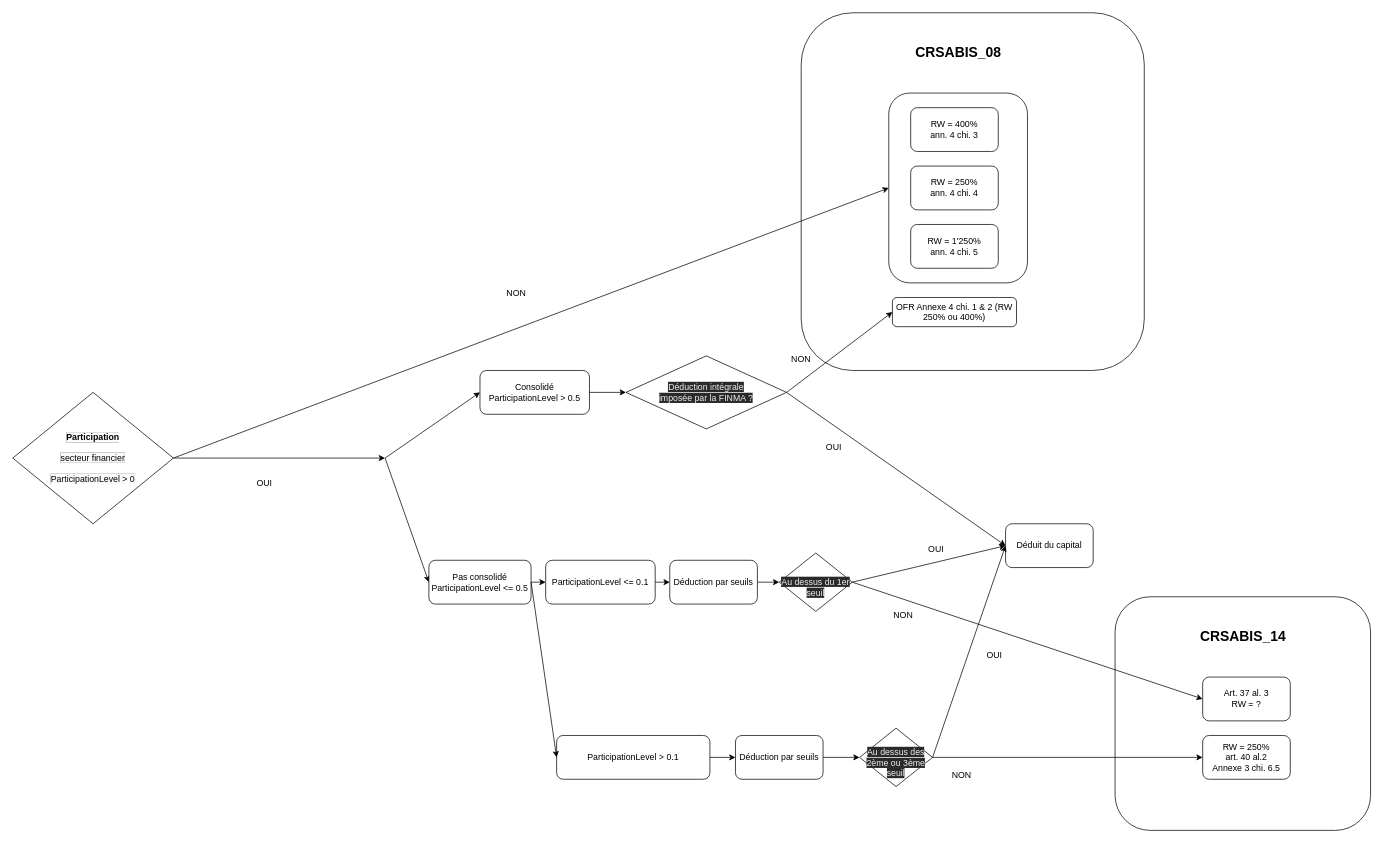
quadrum-solutions/quadrum-solutions.github.io keeps this draw.io diagram as mkdocs/FunctionalDoc/diagrams/Participations.drawio. Above is the earlier version. Source tidied: cells renumbered, new cells numbered last; positions are measured from the earlier drawing's top-left corner, leaving out a move shared by most shapes. Both pictures are drawn from the tidied source at 73%, with x=0, y=0 at pixel (12, 12).
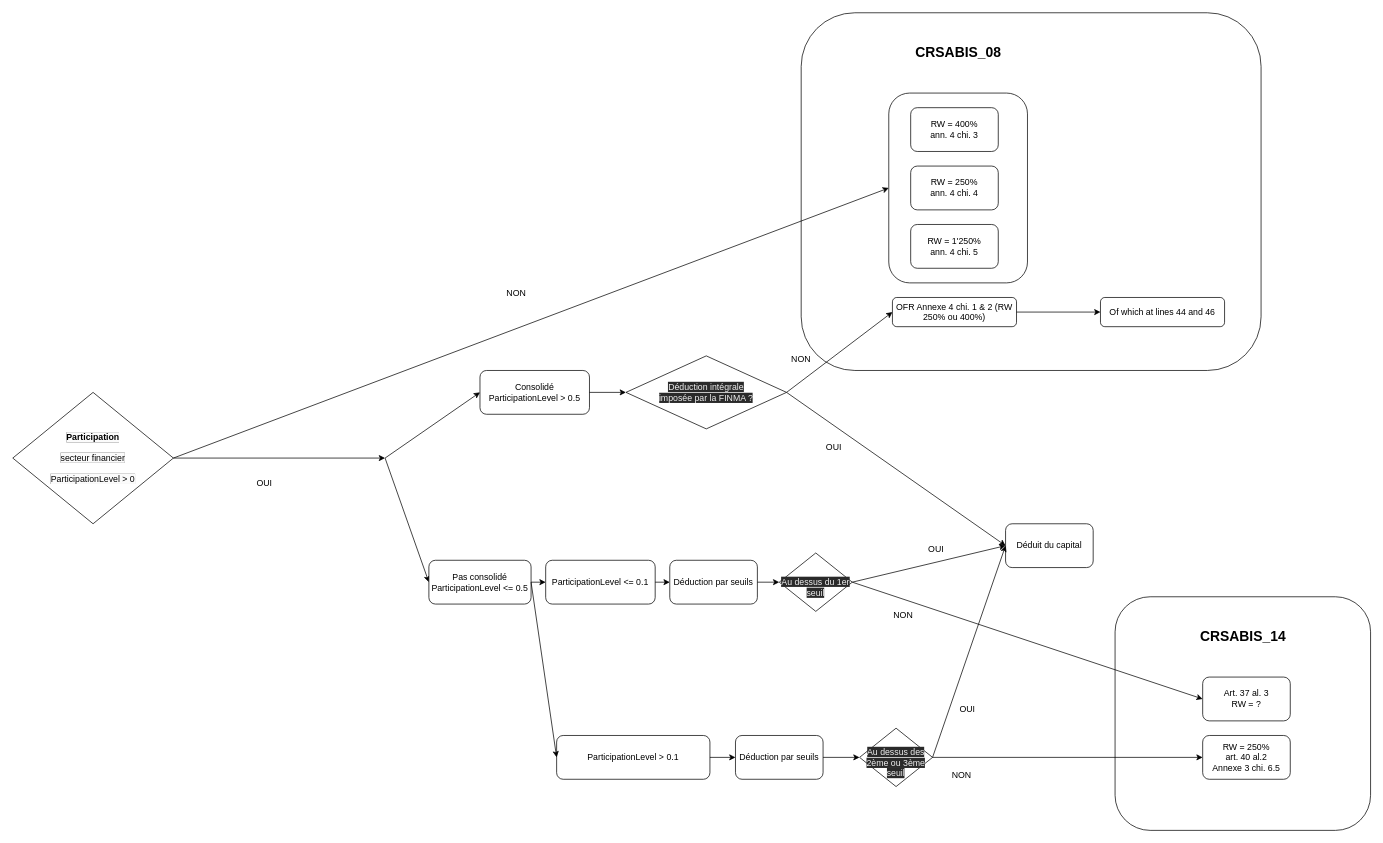
Above is the later version.

The change refers to these unchanged cells:
```xml
<mxCell id="12" value="OFR Annexe 4 chi. 1 &amp;amp; 2 (RW 250% ou 400%)" style="rounded=1;whiteSpace=wrap;html=1;" parent="1" vertex="1">
  <mxGeometry x="1205" y="390" width="170" height="40" as="geometry" />
</mxCell>
```

Change to the diagram source:
```diff
@@
     <mxCell id="3" style="rounded=1;whiteSpace=wrap;html=1;" parent="1" vertex="1">
-      <mxGeometry x="1080" width="470" height="490" as="geometry" />
+      <mxGeometry x="1080" width="630" height="490" as="geometry" />
     </mxCell>
@@
     <mxCell id="37" value="OUI" style="text;html=1;strokeColor=none;fillColor=none;align=center;verticalAlign=middle;whiteSpace=wrap;rounded=0;" parent="1" vertex="1">
-      <mxGeometry x="1290" y="865" width="110" height="30" as="geometry" />
+      <mxGeometry x="1252.5" y="940" width="110" height="30" as="geometry" />
     </mxCell>
@@
+    <mxCell id="49" style="endArrow=classic;html=1;rounded=0;exitX=1;exitY=0.5;exitDx=0;exitDy=0;entryX=0;entryY=0.5;entryDx=0;entryDy=0;" parent="1" edge="1" source="12" target="50">
+      <mxGeometry relative="1" as="geometry" />
+    </mxCell>
+    <mxCell id="50" value="Of which at lines 44 and 46" style="rounded=1;whiteSpace=wrap;html=1;" parent="1" vertex="1">
+      <mxGeometry x="1490" y="390" width="170" height="40" as="geometry" />
+    </mxCell>
```
